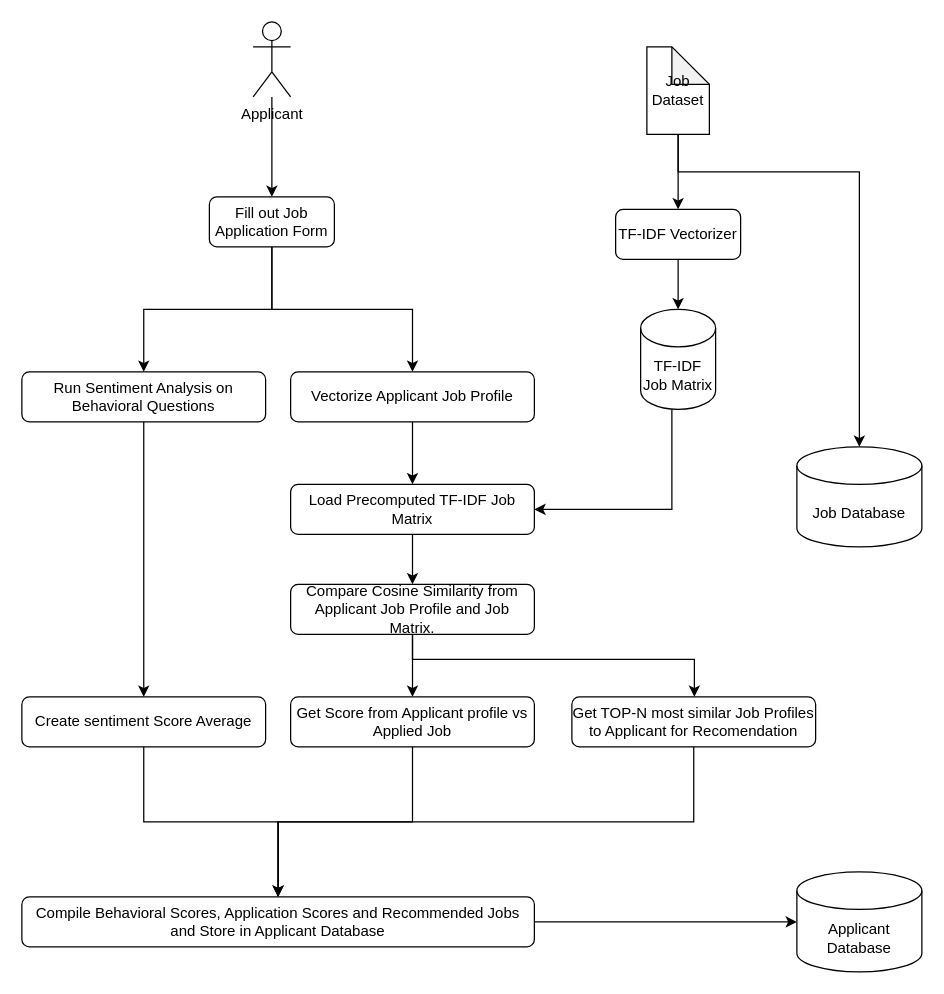
Before: page "Workflow" (2 of 3) of FinalProject/AIT-590 Architecture Diagram.drawio in fernakano/gmu-ait-590, a draw.io diagram. Source tidied: cells renumbered, new cells numbered last; positions are measured from the earlier drawing's top-left corner, leaving out a move shared by most shapes. Both pictures are drawn from the tidied source at 125%, with x=0, y=0 at pixel (21, 21).
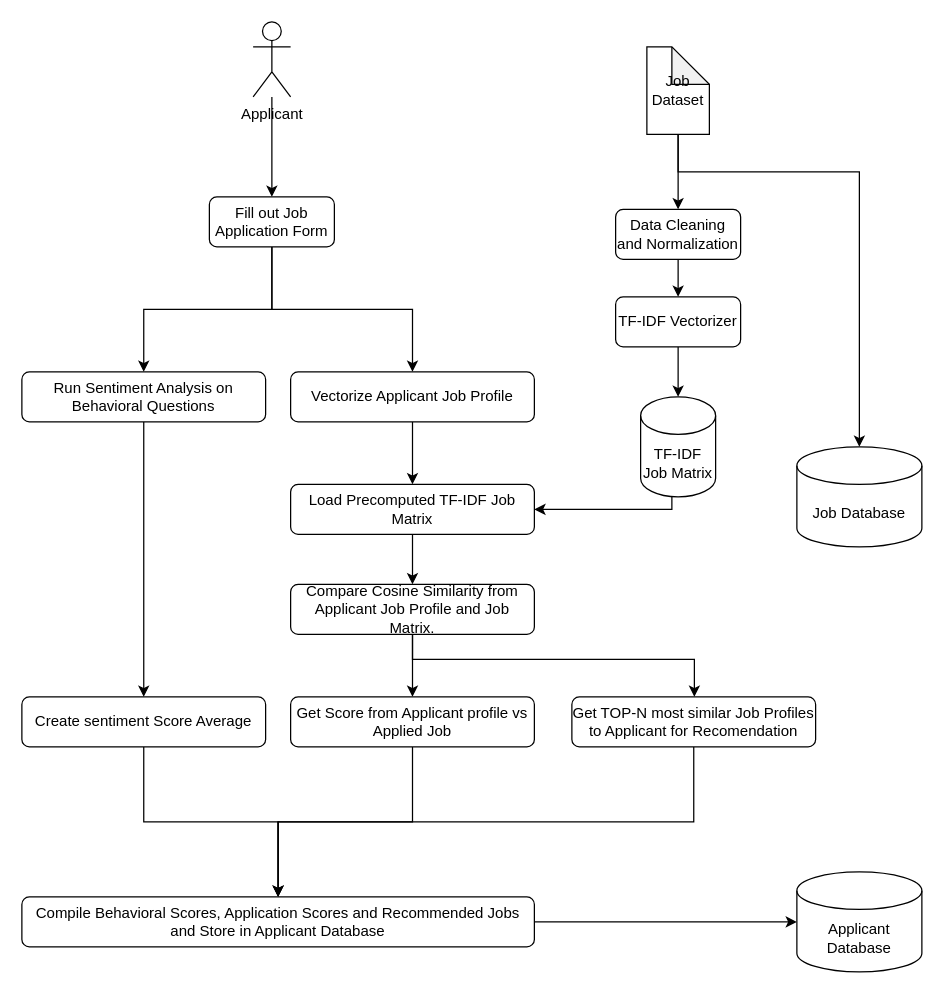
After the change.

Unchanged cells that the change refers to:
```xml
<mxCell id="8" value="Job Dataset" style="shape=note;whiteSpace=wrap;html=1;backgroundOutline=1;darkOpacity=0.05;" parent="1" vertex="1">
  <mxGeometry x="500" y="20" width="50" height="70" as="geometry" />
</mxCell>
```

Change to the diagram source:
```diff
@@
-    <mxCell id="6" style="edgeStyle=orthogonalEdgeStyle;rounded=0;jettySize=auto;html=1;entryX=0.5;entryY=0;entryDx=0;entryDy=0;" parent="1" edge="1" source="8" target="11">
+    <mxCell id="6" style="edgeStyle=orthogonalEdgeStyle;rounded=0;jettySize=auto;html=1;entryX=0.5;entryY=0;entryDx=0;entryDy=0;" parent="1" edge="1" source="8" target="34">
       <mxGeometry relative="1" as="geometry" />
     </mxCell>
@@
     <mxCell id="11" value="TF-IDF Vectorizer" style="rounded=1;whiteSpace=wrap;html=1;" parent="1" vertex="1">
-      <mxGeometry x="475" y="150" width="100" height="40" as="geometry" />
+      <mxGeometry x="475" y="220" width="100" height="40" as="geometry" />
     </mxCell>
@@
     <mxCell id="13" value="TF-IDF Job Matrix" style="shape=cylinder3;whiteSpace=wrap;html=1;boundedLbl=1;backgroundOutline=1;size=15;" parent="1" vertex="1">
-      <mxGeometry x="495" y="230" width="60" height="80" as="geometry" />
+      <mxGeometry x="495" y="300" width="60" height="80" as="geometry" />
     </mxCell>
@@
+    <mxCell id="33" style="edgeStyle=orthogonalEdgeStyle;rounded=0;jettySize=auto;html=1;startArrow=none;startFill=0;" parent="1" edge="1" source="34" target="11">
+      <mxGeometry relative="1" as="geometry" />
+    </mxCell>
+    <mxCell id="34" value="Data Cleaning and Normalization" style="rounded=1;whiteSpace=wrap;html=1;" parent="1" vertex="1">
+      <mxGeometry x="475" y="150" width="100" height="40" as="geometry" />
+    </mxCell>
```
